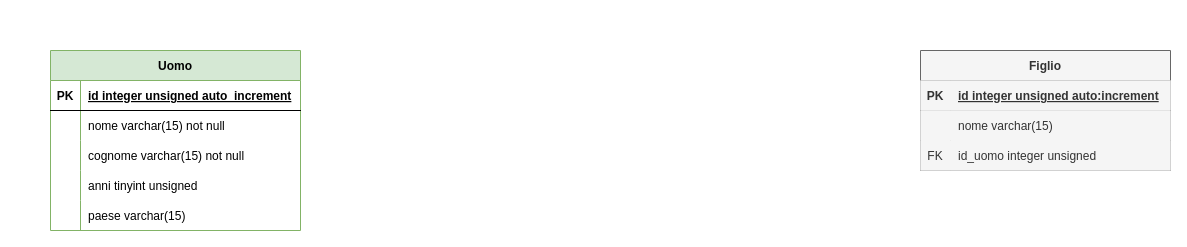
This is AS_2023_2024/5IA/Informatica/UD 2 - mySQL Basics/er01.drawio from CescoP81/GalileiOstiglia, a draw.io file, before an edit. Source tidied: cells renumbered, new cells numbered last; positions are measured from the earlier drawing's top-left corner, leaving out a move shared by most shapes. Both pictures are drawn from the tidied source at 100%, with x=0, y=0 at pixel (50, 50).
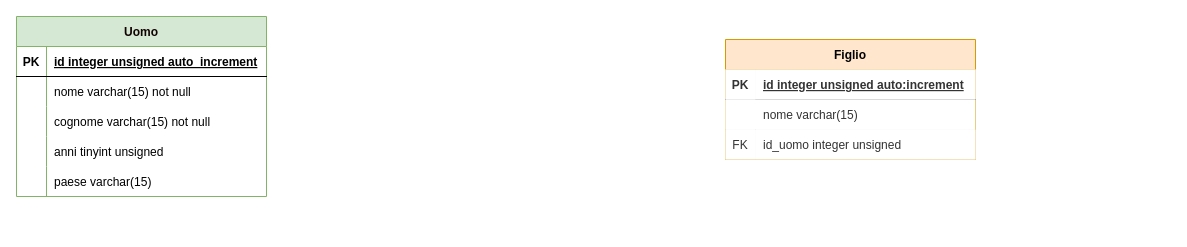
After the change.

Unchanged cells that the change refers to:
```xml
<mxCell id="3" style="shape=tableRow;horizontal=0;startSize=0;swimlaneHead=0;swimlaneBody=0;fillColor=none;top=0;left=0;right=0;bottom=1;" parent="2" vertex="1">
  <mxGeometry y="30" width="250" height="30" as="geometry" />
</mxCell>
<mxCell id="6" style="shape=tableRow;horizontal=0;startSize=0;swimlaneHead=0;swimlaneBody=0;fillColor=none;top=0;left=0;right=0;bottom=0;" parent="2" vertex="1">
  <mxGeometry y="60" width="250" height="30" as="geometry" />
</mxCell>
<mxCell id="9" style="shape=tableRow;horizontal=0;startSize=0;swimlaneHead=0;swimlaneBody=0;fillColor=none;top=0;left=0;right=0;bottom=0;" parent="2" vertex="1">
  <mxGeometry y="90" width="250" height="30" as="geometry" />
</mxCell>
<mxCell id="12" style="shape=tableRow;horizontal=0;startSize=0;swimlaneHead=0;swimlaneBody=0;fillColor=none;top=0;left=0;right=0;bottom=0;" parent="2" vertex="1">
  <mxGeometry y="120" width="250" height="30" as="geometry" />
</mxCell>
<mxCell id="15" style="shape=tableRow;horizontal=0;startSize=0;swimlaneHead=0;swimlaneBody=0;fillColor=none;top=0;left=0;right=0;bottom=0;" parent="2" vertex="1">
  <mxGeometry y="150" width="250" height="30" as="geometry" />
</mxCell>
<mxCell id="19" style="shape=tableRow;horizontal=0;startSize=0;swimlaneHead=0;swimlaneBody=0;fillColor=#f5f5f5;top=0;left=0;right=0;bottom=1;fontColor=#333333;strokeColor=#666666;" parent="18" vertex="1">
  <mxGeometry y="30" width="250" height="30" as="geometry" />
</mxCell>
<mxCell id="25" style="shape=tableRow;horizontal=0;startSize=0;swimlaneHead=0;swimlaneBody=0;fillColor=#f5f5f5;top=0;left=0;right=0;bottom=0;fontColor=#333333;strokeColor=#666666;" parent="18" vertex="1">
  <mxGeometry y="90" width="250" height="30" as="geometry" />
</mxCell>
```

What changed in the source:
```diff
@@
-<mxGraphModel>
+<mxGraphModel background="#ffffff">
@@
-    <mxCell id="2" value="Uomo" style="shape=table;startSize=30;childLayout=tableLayout;rowLines=0;fontStyle=1;align=center;fillColor=#d5e8d4;strokeColor=#82b366;" parent="1" vertex="1">
-      <mxGeometry width="250" height="180" as="geometry" />
+    <mxCell id="2" value="Uomo" style="shape=table;startSize=30;childLayout=tableLayout;rowLines=0;fontStyle=1;align=center;fillColor=#d5e8d4;strokeColor=#82b366;fontColor=#120202;" parent="1" vertex="1">
+      <mxGeometry x="-34" y="-34" width="250" height="180" as="geometry" />
     </mxCell>
@@
-    <mxCell id="4" value="PK" style="shape=partialRectangle;fillColor=none;top=0;left=0;bottom=0;right=0;fontStyle=1;overflow=hidden;" parent="3" vertex="1">
+    <mxCell id="4" value="PK" style="shape=partialRectangle;fillColor=none;top=0;left=0;bottom=0;right=0;fontStyle=1;overflow=hidden;fontColor=#000000;" parent="3" vertex="1">
       <mxGeometry width="30" height="30" as="geometry" />
     </mxCell>
-    <mxCell id="5" value="id integer unsigned auto_increment" style="shape=partialRectangle;fillColor=none;top=0;left=0;bottom=0;right=0;align=left;spacingLeft=6;fontStyle=5;overflow=hidden;" parent="3" vertex="1">
+    <mxCell id="5" value="id integer unsigned auto_increment" style="shape=partialRectangle;fillColor=none;top=0;left=0;bottom=0;right=0;align=left;spacingLeft=6;fontStyle=5;overflow=hidden;fontColor=#000000;" parent="3" vertex="1">
       <mxGeometry x="30" width="220" height="30" as="geometry" />
     </mxCell>
@@
-    <mxCell id="8" value="nome varchar(15) not null" style="shape=partialRectangle;fillColor=none;top=0;left=0;bottom=0;right=0;align=left;spacingLeft=6;overflow=hidden;" parent="6" vertex="1">
+    <mxCell id="8" value="nome varchar(15) not null" style="shape=partialRectangle;fillColor=none;top=0;left=0;bottom=0;right=0;align=left;spacingLeft=6;overflow=hidden;fontColor=#000000;" parent="6" vertex="1">
       <mxGeometry x="30" width="220" height="30" as="geometry" />
     </mxCell>
@@
-    <mxCell id="11" value="cognome varchar(15) not null" style="shape=partialRectangle;fillColor=none;top=0;left=0;bottom=0;right=0;align=left;spacingLeft=6;overflow=hidden;" parent="9" vertex="1">
+    <mxCell id="11" value="cognome varchar(15) not null" style="shape=partialRectangle;fillColor=none;top=0;left=0;bottom=0;right=0;align=left;spacingLeft=6;overflow=hidden;labelBackgroundColor=none;fontColor=#000000;" parent="9" vertex="1">
       <mxGeometry x="30" width="220" height="30" as="geometry" />
     </mxCell>
@@
-    <mxCell id="14" value="anni tinyint unsigned" style="shape=partialRectangle;fillColor=none;top=0;left=0;bottom=0;right=0;align=left;spacingLeft=6;overflow=hidden;" parent="12" vertex="1">
+    <mxCell id="14" value="anni tinyint unsigned" style="shape=partialRectangle;fillColor=none;top=0;left=0;bottom=0;right=0;align=left;spacingLeft=6;overflow=hidden;fontColor=#000000;" parent="12" vertex="1">
       <mxGeometry x="30" width="220" height="30" as="geometry" />
     </mxCell>
@@
-    <mxCell id="17" value="paese varchar(15)" style="shape=partialRectangle;fillColor=none;top=0;left=0;bottom=0;right=0;align=left;spacingLeft=6;overflow=hidden;" parent="15" vertex="1">
+    <mxCell id="17" value="paese varchar(15)" style="shape=partialRectangle;fillColor=none;top=0;left=0;bottom=0;right=0;align=left;spacingLeft=6;overflow=hidden;fontColor=#000000;" parent="15" vertex="1">
       <mxGeometry x="30" width="220" height="30" as="geometry" />
     </mxCell>
-    <mxCell id="18" value="Figlio" style="shape=table;startSize=30;childLayout=tableLayout;rowLines=0;fontStyle=1;align=center;fillColor=#f5f5f5;strokeColor=#666666;fontColor=#333333;" parent="1" vertex="1">
-      <mxGeometry x="870" width="250" height="120" as="geometry" />
+    <mxCell id="18" value="Figlio" style="shape=table;startSize=30;childLayout=tableLayout;rowLines=0;fontStyle=1;align=center;fillColor=#ffe6cc;strokeColor=#d79b00;fillStyle=solid;" parent="1" vertex="1">
+      <mxGeometry x="675" y="-11" width="250" height="120" as="geometry" />
     </mxCell>
@@
-    <mxCell id="20" value="PK" style="shape=partialRectangle;fillColor=#f5f5f5;top=0;left=0;bottom=0;right=0;fontStyle=1;overflow=hidden;fontColor=#333333;strokeColor=#666666;" parent="19" vertex="1">
+    <mxCell id="20" value="PK" style="shape=partialRectangle;fillColor=default;top=0;left=0;bottom=0;right=0;fontStyle=1;overflow=hidden;fontColor=#333333;strokeColor=#666666;" parent="19" vertex="1">
       <mxGeometry width="30" height="30" as="geometry" />
     </mxCell>
-    <mxCell id="21" value="id integer unsigned auto:increment" style="shape=partialRectangle;fillColor=#f5f5f5;top=0;left=0;bottom=0;right=0;align=left;spacingLeft=6;fontStyle=5;overflow=hidden;fontColor=#333333;strokeColor=#666666;" parent="19" vertex="1">
+    <mxCell id="21" value="id integer unsigned auto:increment" style="shape=partialRectangle;fillColor=default;top=0;left=0;bottom=0;right=0;align=left;spacingLeft=6;fontStyle=5;overflow=hidden;fontColor=#333333;strokeColor=#666666;" parent="19" vertex="1">
       <mxGeometry x="30" width="220" height="30" as="geometry" />
     </mxCell>
-    <mxCell id="22" style="shape=tableRow;horizontal=0;startSize=0;swimlaneHead=0;swimlaneBody=0;fillColor=#f5f5f5;top=0;left=0;right=0;bottom=0;fontColor=#333333;strokeColor=#666666;" parent="18" vertex="1">
+    <mxCell id="22" style="shape=tableRow;horizontal=0;startSize=0;swimlaneHead=0;swimlaneBody=0;top=0;left=0;right=0;bottom=0;" parent="18" vertex="1">
       <mxGeometry y="60" width="250" height="30" as="geometry" />
     </mxCell>
-    <mxCell id="23" style="shape=partialRectangle;fillColor=#f5f5f5;top=0;left=0;bottom=0;right=0;overflow=hidden;fontColor=#333333;strokeColor=#666666;" parent="22" vertex="1">
+    <mxCell id="23" style="shape=partialRectangle;fillColor=default;top=0;left=0;bottom=0;right=0;overflow=hidden;fontColor=#333333;strokeColor=#666666;" parent="22" vertex="1">
       <mxGeometry width="30" height="30" as="geometry" />
     </mxCell>
-    <mxCell id="24" value="nome varchar(15)" style="shape=partialRectangle;fillColor=#f5f5f5;top=0;left=0;bottom=0;right=0;align=left;spacingLeft=6;overflow=hidden;fontColor=#333333;strokeColor=#666666;" parent="22" vertex="1">
+    <mxCell id="24" value="nome varchar(15)" style="shape=partialRectangle;fillColor=none;top=0;left=0;bottom=0;right=0;align=left;spacingLeft=6;overflow=hidden;fontColor=#333333;strokeColor=#666666;" parent="22" vertex="1">
       <mxGeometry x="30" width="220" height="30" as="geometry" />
     </mxCell>
@@
-    <mxCell id="26" value="FK" style="shape=partialRectangle;fillColor=#f5f5f5;top=0;left=0;bottom=0;right=0;fontStyle=0;overflow=hidden;fontColor=#333333;strokeColor=#666666;" parent="25" vertex="1">
+    <mxCell id="26" value="FK" style="shape=partialRectangle;fillColor=default;top=0;left=0;bottom=0;right=0;fontStyle=0;overflow=hidden;fontColor=#333333;strokeColor=#666666;" parent="25" vertex="1">
       <mxGeometry width="30" height="30" as="geometry" />
     </mxCell>
-    <mxCell id="27" value="id_uomo integer unsigned" style="shape=partialRectangle;fillColor=#f5f5f5;top=0;left=0;bottom=0;right=0;align=left;spacingLeft=6;fontStyle=0;overflow=hidden;fontColor=#333333;strokeColor=#666666;" parent="25" vertex="1">
+    <mxCell id="27" value="id_uomo integer unsigned" style="shape=partialRectangle;fillColor=default;top=0;left=0;bottom=0;right=0;align=left;spacingLeft=6;fontStyle=0;overflow=hidden;fontColor=#333333;strokeColor=#666666;" parent="25" vertex="1">
       <mxGeometry x="30" width="220" height="30" as="geometry" />
     </mxCell>
```
